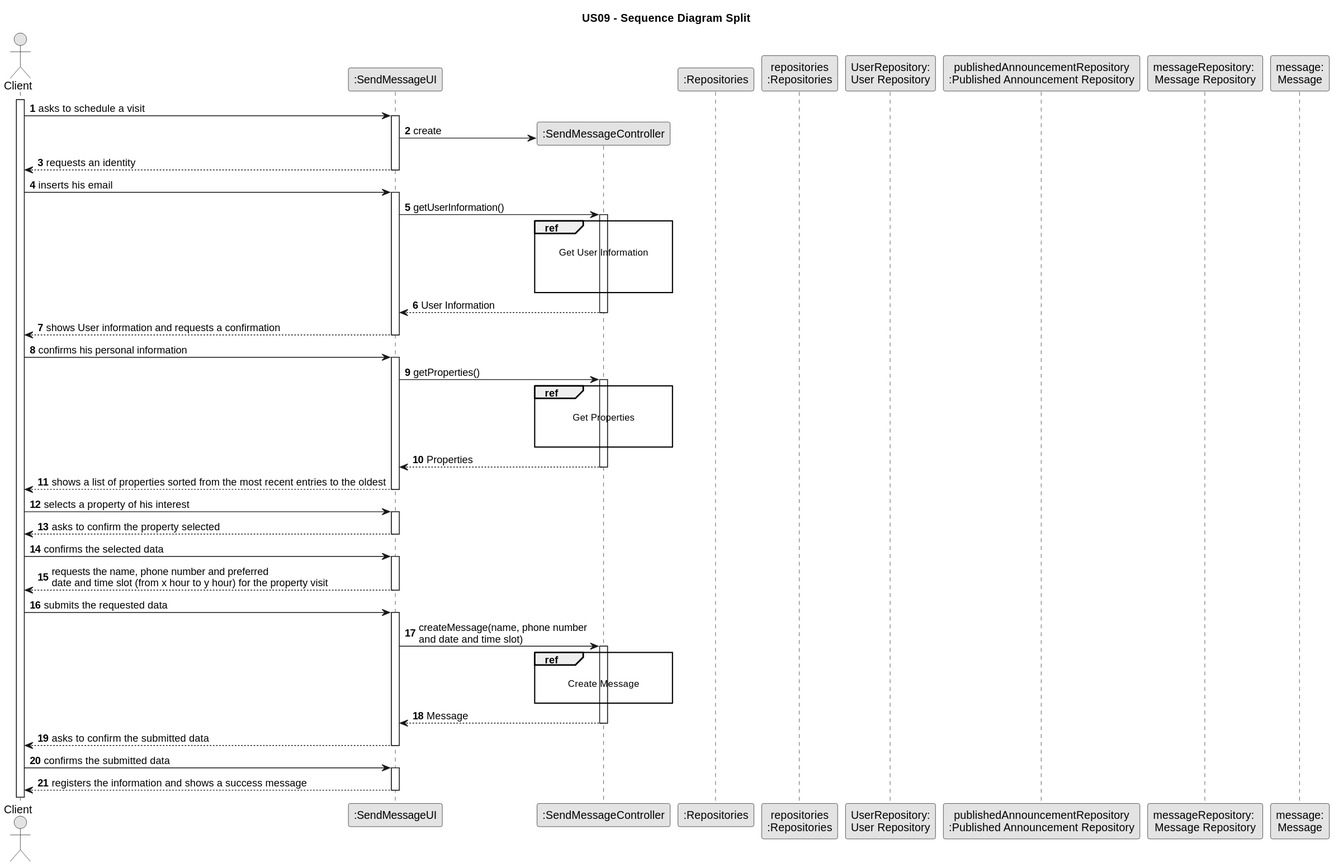
Above: docs/sprintC/US09/03.design/svg/us09-sequence-diagram-split.svg in PureNimble/ISEP-LAPR2 (PlantUML), before the change. The source it was exported from:
```plantuml
@startuml
skinparam monochrome true
skinparam packageStyle rectangle
skinparam shadowing false

title US09 - Sequence Diagram Split

autonumber

actor "Client" as Client
participant ":SendMessageUI" as UI
participant ":SendMessageController" as CTRL
participant ":Repositories" as Repository
participant "repositories\n:Repositories" as Repository2
participant "UserRepository:\nUser Repository" as UserRepository
participant "publishedAnnouncementRepository\n:Published Announcement Repository" as publishedAnnouncementRepository
participant "messageRepository: \nMessage Repository" as messageRepository
participant "message:\nMessage" as message

autonumber

        activate Client

    Client -> UI: asks to schedule a visit
        activate UI

        UI -> CTRL** : create
    UI --> Client : requests an identity
        deactivate UI

    Client -> UI : inserts his email
        activate UI

        UI -> CTRL : getUserInformation()

            activate CTRL

            ref over CTRL

            Get User Information



            end

        CTRL --> UI : User Information

            deactivate CTRL


    UI --> Client : shows User information and requests a confirmation
        deactivate UI

    Client -> UI : confirms his personal information
        activate UI

        UI -> CTRL : getProperties()
            activate CTRL

            ref over CTRL

                Get Properties


            end

        CTRL --> UI : Properties

            deactivate CTRL

    UI --> Client: shows a list of properties sorted from the most recent entries to the oldest
        deactivate UI

    Client -> UI: selects a property of his interest
        activate UI



    UI --> Client: asks to confirm the property selected
        deactivate UI

    Client -> UI: confirms the selected data
        activate UI

    UI --> Client: requests the name, phone number and preferred \ndate and time slot (from x hour to y hour) for the property visit
        deactivate UI

    Client -> UI: submits the requested data
        activate UI


    UI -> CTRL: createMessage(name, phone number \nand date and time slot)
        activate CTRL

        ref over CTRL

        Create Message

            end

           CTRL --> UI : Message
           deactivate CTRL

    UI --> Client: asks to confirm the submitted data
        deactivate UI

    Client -> UI: confirms the submitted data
        activate UI

    UI --> Client: registers the information and shows a success message
        deactivate UI
@enduml
```
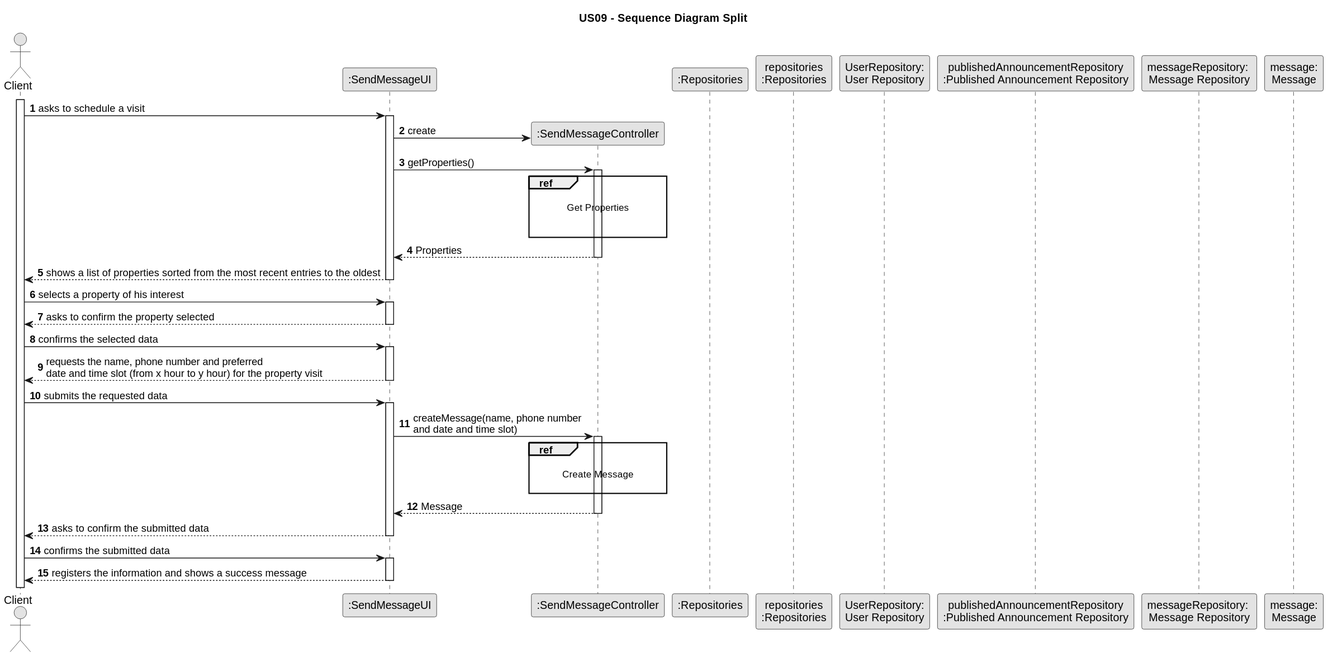
The same file after the commit.

Diff of the diagram source:
```diff
@@ -25,34 +25,10 @@
         activate UI
 
         UI -> CTRL** : create
-    UI --> Client : requests an identity
-        deactivate UI
-
-    Client -> UI : inserts his email
-        activate UI
-
-        UI -> CTRL : getUserInformation()
-
-            activate CTRL
-
-            ref over CTRL
-
-            Get User Information
 
 
 
-            end
 
-        CTRL --> UI : User Information
-
-            deactivate CTRL
-
-
-    UI --> Client : shows User information and requests a confirmation
-        deactivate UI
-
-    Client -> UI : confirms his personal information
-        activate UI
 
         UI -> CTRL : getProperties()
             activate CTRL
```
